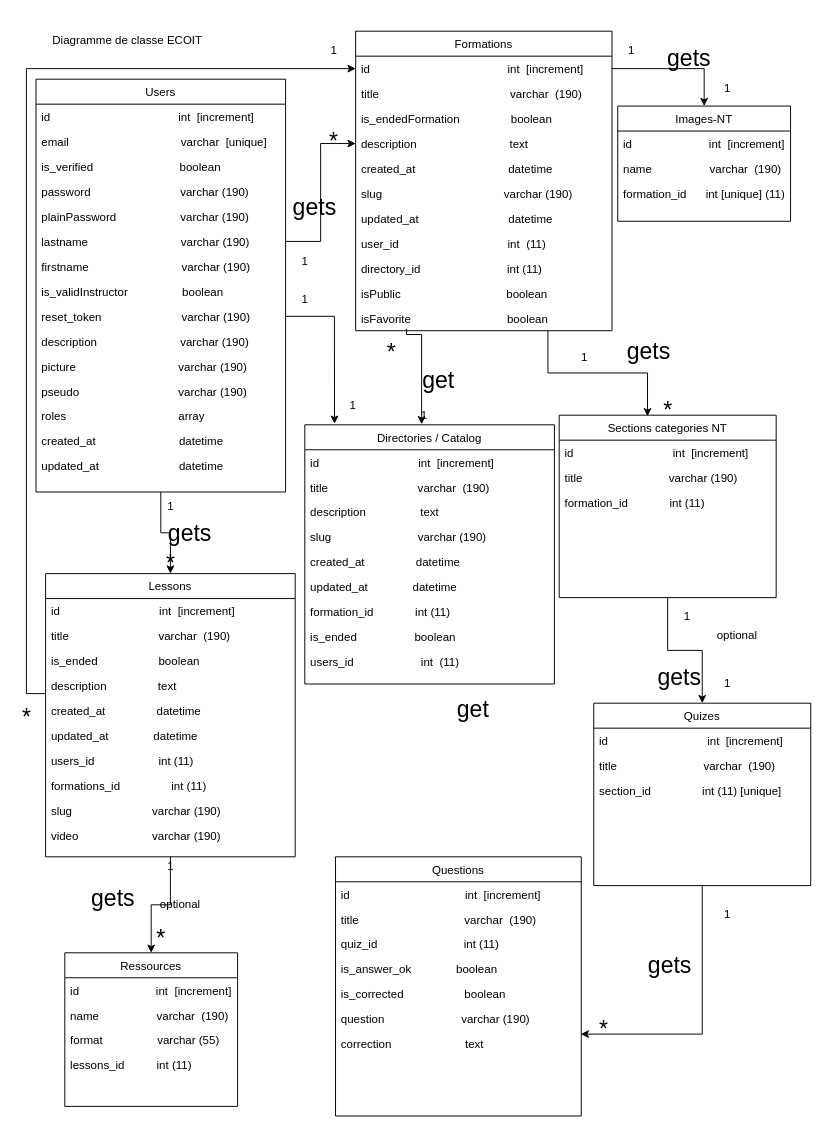
cyrisa02/diagrammes-UML keeps this draw.io diagram as ECO IT/diag_de_classe_ecoit.drawio. Above is the earlier version. Source tidied: cells renumbered, new cells numbered last; positions are measured from the earlier drawing's top-left corner, leaving out a move shared by most shapes. Both pictures are drawn from the tidied source at 96%, with x=0, y=0 at pixel (16, 16).
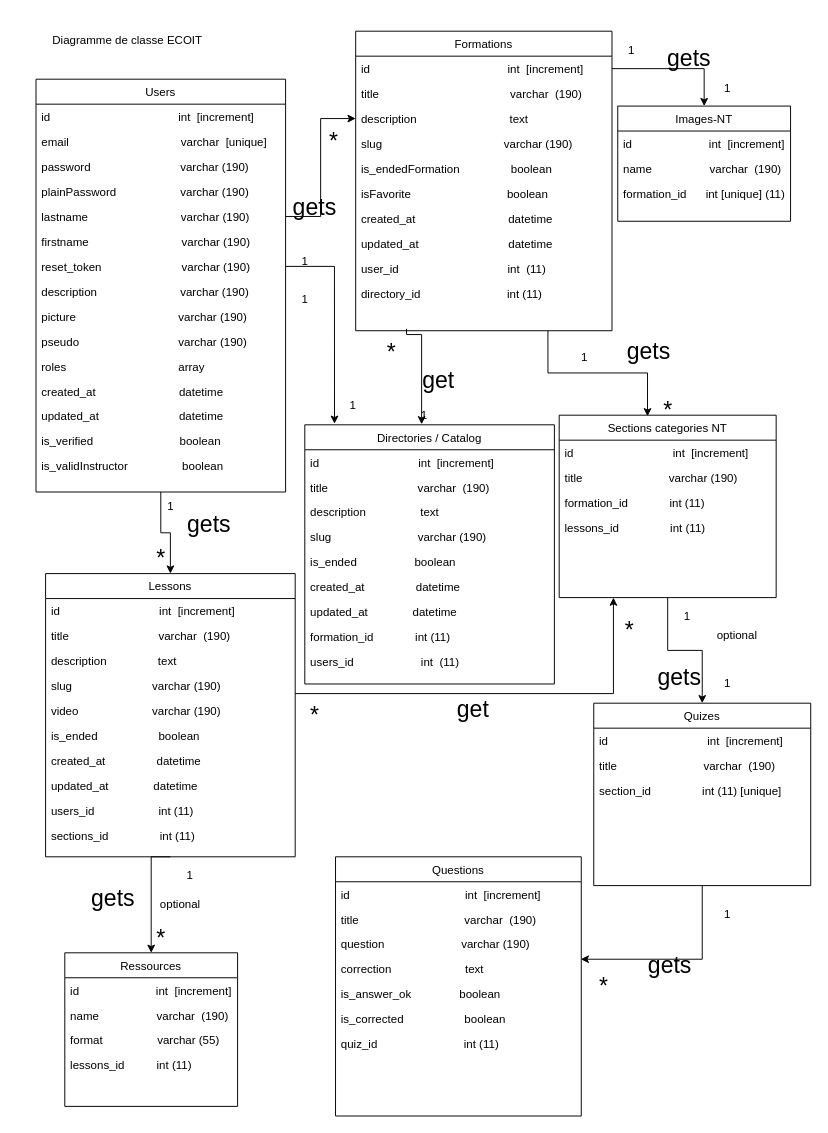
Above is the later version.

The change refers to these unchanged cells:
```xml
<mxCell id="3" value="Users" style="swimlane;fontStyle=0;align=center;verticalAlign=top;horizontal=1;startSize=26;rounded=0;shadow=0;strokeWidth=1;" parent="1" vertex="1">
  <mxGeometry x="20" y="65" width="260" height="430" as="geometry" />
</mxCell>
<mxCell id="21" value="Formations" style="swimlane;fontStyle=0;align=center;verticalAlign=top;horizontal=1;startSize=26;rounded=0;shadow=0;strokeWidth=1;" parent="1" vertex="1">
  <mxGeometry x="353" y="15" width="267" height="312" as="geometry" />
</mxCell>
<mxCell id="22" value="id                                           int  [increment]" style="text;align=left;verticalAlign=top;spacingLeft=4;spacingRight=4;overflow=hidden;points=[[0,0.5],[1,0.5]];portConstraint=eastwest;" parent="21" vertex="1">
  <mxGeometry y="26" width="267" height="26" as="geometry" />
</mxCell>
<mxCell id="34" value="Sections categories NT" style="swimlane;fontStyle=0;align=center;verticalAlign=top;horizontal=1;startSize=26;rounded=0;shadow=0;strokeWidth=1;" parent="1" vertex="1">
  <mxGeometry x="565" y="415" width="226" height="190" as="geometry" />
</mxCell>
<mxCell id="39" value="Lessons" style="swimlane;fontStyle=0;align=center;verticalAlign=top;horizontal=1;startSize=26;rounded=0;shadow=0;strokeWidth=1;" parent="1" vertex="1">
  <mxGeometry x="30" y="580" width="260" height="295" as="geometry" />
</mxCell>
<mxCell id="50" value="Questions" style="swimlane;fontStyle=0;align=center;verticalAlign=top;horizontal=1;startSize=26;rounded=0;shadow=0;strokeWidth=1;" parent="1" vertex="1">
  <mxGeometry x="332" y="875" width="256" height="270" as="geometry" />
</mxCell>
<mxCell id="60" value="Ressources" style="swimlane;fontStyle=0;align=center;verticalAlign=top;horizontal=1;startSize=26;rounded=0;shadow=0;strokeWidth=1;" parent="1" vertex="1">
  <mxGeometry x="50" y="975" width="180" height="160" as="geometry" />
</mxCell>
<mxCell id="77" value="Directories / Catalog" style="swimlane;fontStyle=0;align=center;verticalAlign=top;horizontal=1;startSize=26;rounded=0;shadow=0;strokeWidth=1;" parent="1" vertex="1">
  <mxGeometry x="300" y="425" width="260" height="270" as="geometry" />
</mxCell>
```

What changed in the source:
```diff
@@
-    <mxCell id="6" value="is_verified                           boolean" style="text;align=left;verticalAlign=top;spacingLeft=4;spacingRight=4;overflow=hidden;" parent="3" vertex="1">
-      <mxGeometry y="78" width="260" height="26" as="geometry" />
-    </mxCell>
     <mxCell id="7" value="password                            varchar (190)" style="text;align=left;verticalAlign=top;spacingLeft=4;spacingRight=4;overflow=hidden;" parent="3" vertex="1">
-      <mxGeometry y="104" width="260" height="26" as="geometry" />
+      <mxGeometry y="78" width="260" height="26" as="geometry" />
     </mxCell>
     <mxCell id="8" value="plainPassword                    varchar (190)" style="text;align=left;verticalAlign=top;spacingLeft=4;spacingRight=4;overflow=hidden;" parent="3" vertex="1">
-      <mxGeometry y="130" width="260" height="26" as="geometry" />
+      <mxGeometry y="104" width="260" height="26" as="geometry" />
     </mxCell>
     <mxCell id="9" value="lastname                             varchar (190)" style="text;align=left;verticalAlign=top;spacingLeft=4;spacingRight=4;overflow=hidden;points=[[0,0.5],[1,0.5]];portConstraint=eastwest;" parent="3" vertex="1">
-      <mxGeometry y="156" width="260" height="26" as="geometry" />
+      <mxGeometry y="130" width="260" height="26" as="geometry" />
     </mxCell>
     <mxCell id="10" value="firstname                             varchar (190)" style="text;align=left;verticalAlign=top;spacingLeft=4;spacingRight=4;overflow=hidden;" parent="3" vertex="1">
-      <mxGeometry y="182" width="260" height="26" as="geometry" />
+      <mxGeometry y="156" width="260" height="26" as="geometry" />
     </mxCell>
-    <mxCell id="11" value="is_validInstructor                 boolean" style="text;align=left;verticalAlign=top;spacingLeft=4;spacingRight=4;overflow=hidden;" parent="3" vertex="1">
-      <mxGeometry y="208" width="260" height="26" as="geometry" />
-    </mxCell>
     <mxCell id="12" value="reset_token                         varchar (190)" style="text;align=left;verticalAlign=top;spacingLeft=4;spacingRight=4;overflow=hidden;points=[[0,0.5],[1,0.5]];portConstraint=eastwest;" parent="3" vertex="1">
-      <mxGeometry y="234" width="260" height="26" as="geometry" />
+      <mxGeometry y="182" width="260" height="26" as="geometry" />
     </mxCell>
     <mxCell id="13" value="description                          varchar (190)" style="text;align=left;verticalAlign=top;spacingLeft=4;spacingRight=4;overflow=hidden;" parent="3" vertex="1">
-      <mxGeometry y="260" width="260" height="26" as="geometry" />
+      <mxGeometry y="208" width="260" height="26" as="geometry" />
     </mxCell>
     <mxCell id="14" value="picture                                varchar (190)" style="text;align=left;verticalAlign=top;spacingLeft=4;spacingRight=4;overflow=hidden;" parent="3" vertex="1">
-      <mxGeometry y="286" width="260" height="26" as="geometry" />
+      <mxGeometry y="234" width="260" height="26" as="geometry" />
     </mxCell>
     <mxCell id="15" value="pseudo                               varchar (190)" style="text;align=left;verticalAlign=top;spacingLeft=4;spacingRight=4;overflow=hidden;" parent="3" vertex="1">
-      <mxGeometry y="312" width="260" height="26" as="geometry" />
+      <mxGeometry y="260" width="260" height="26" as="geometry" />
     </mxCell>
     <mxCell id="16" value="roles                                   array" style="text;align=left;verticalAlign=top;spacingLeft=4;spacingRight=4;overflow=hidden;" parent="3" vertex="1">
-      <mxGeometry y="338" width="260" height="26" as="geometry" />
+      <mxGeometry y="286" width="260" height="26" as="geometry" />
     </mxCell>
     <mxCell id="17" value="created_at                          datetime" style="text;align=left;verticalAlign=top;spacingLeft=4;spacingRight=4;overflow=hidden;" parent="3" vertex="1">
-      <mxGeometry y="364" width="260" height="26" as="geometry" />
+      <mxGeometry y="312" width="260" height="26" as="geometry" />
     </mxCell>
     <mxCell id="18" value="updated_at                         datetime" style="text;align=left;verticalAlign=top;spacingLeft=4;spacingRight=4;overflow=hidden;" parent="3" vertex="1">
-      <mxGeometry y="390" width="260" height="26" as="geometry" />
+      <mxGeometry y="338" width="260" height="26" as="geometry" />
     </mxCell>
+    <mxCell id="6" value="is_verified                           boolean" style="text;align=left;verticalAlign=top;spacingLeft=4;spacingRight=4;overflow=hidden;" parent="3" vertex="1">
+      <mxGeometry y="364" width="260" height="26" as="geometry" />
+    </mxCell>
+    <mxCell id="11" value="is_validInstructor                 boolean" style="text;align=left;verticalAlign=top;spacingLeft=4;spacingRight=4;overflow=hidden;" parent="3" vertex="1">
+      <mxGeometry y="390" width="260" height="26" as="geometry" />
+    </mxCell>
@@
+    <mxCell id="25" value="description                             text" style="text;align=left;verticalAlign=top;spacingLeft=4;spacingRight=4;overflow=hidden;points=[[0,0.5],[1,0.5]];portConstraint=eastwest;" parent="21" vertex="1">
+      <mxGeometry y="78" width="267" height="26" as="geometry" />
+    </mxCell>
+    <mxCell id="27" value="slug                                      varchar (190)" style="text;align=left;verticalAlign=top;spacingLeft=4;spacingRight=4;overflow=hidden;" parent="21" vertex="1">
+      <mxGeometry y="104" width="267" height="26" as="geometry" />
+    </mxCell>
     <mxCell id="24" value="is_endedFormation                boolean" style="text;align=left;verticalAlign=top;spacingLeft=4;spacingRight=4;overflow=hidden;" parent="21" vertex="1">
-      <mxGeometry y="78" width="267" height="26" as="geometry" />
+      <mxGeometry y="130" width="267" height="26" as="geometry" />
     </mxCell>
-    <mxCell id="25" value="description                             text" style="text;align=left;verticalAlign=top;spacingLeft=4;spacingRight=4;overflow=hidden;points=[[0,0.5],[1,0.5]];portConstraint=eastwest;" parent="21" vertex="1">
-      <mxGeometry y="104" width="267" height="26" as="geometry" />
-    </mxCell>
+    <mxCell id="32" value="isFavorite                              boolean" style="text;align=left;verticalAlign=top;spacingLeft=4;spacingRight=4;overflow=hidden;" parent="21" vertex="1">
+      <mxGeometry y="156" width="267" height="26" as="geometry" />
+    </mxCell>
     <mxCell id="26" value="created_at                             datetime" style="text;align=left;verticalAlign=top;spacingLeft=4;spacingRight=4;overflow=hidden;" parent="21" vertex="1">
-      <mxGeometry y="130" width="267" height="26" as="geometry" />
+      <mxGeometry y="182" width="267" height="26" as="geometry" />
     </mxCell>
-    <mxCell id="27" value="slug                                      varchar (190)" style="text;align=left;verticalAlign=top;spacingLeft=4;spacingRight=4;overflow=hidden;" parent="21" vertex="1">
-      <mxGeometry y="156" width="267" height="26" as="geometry" />
-    </mxCell>
     <mxCell id="28" value="updated_at                            datetime" style="text;align=left;verticalAlign=top;spacingLeft=4;spacingRight=4;overflow=hidden;" parent="21" vertex="1">
-      <mxGeometry y="182" width="267" height="26" as="geometry" />
+      <mxGeometry y="208" width="267" height="26" as="geometry" />
     </mxCell>
     <mxCell id="29" value="user_id                                  int  (11)" style="text;align=left;verticalAlign=top;spacingLeft=4;spacingRight=4;overflow=hidden;" parent="21" vertex="1">
-      <mxGeometry y="208" width="267" height="26" as="geometry" />
+      <mxGeometry y="234" width="267" height="26" as="geometry" />
     </mxCell>
     <mxCell id="30" value="directory_id                           int (11)" style="text;align=left;verticalAlign=top;spacingLeft=4;spacingRight=4;overflow=hidden;" parent="21" vertex="1">
-      <mxGeometry y="234" width="267" height="26" as="geometry" />
+      <mxGeometry y="260" width="267" height="26" as="geometry" />
     </mxCell>
-    <mxCell id="31" value="isPublic                                 boolean" style="text;align=left;verticalAlign=top;spacingLeft=4;spacingRight=4;overflow=hidden;" parent="21" vertex="1">
-      <mxGeometry y="260" width="267" height="26" as="geometry" />
-    </mxCell>
-    <mxCell id="32" value="isFavorite                              boolean" style="text;align=left;verticalAlign=top;spacingLeft=4;spacingRight=4;overflow=hidden;" parent="21" vertex="1">
-      <mxGeometry y="286" width="267" height="26" as="geometry" />
-    </mxCell>
@@
+    <mxCell id="118" value="lessons_id                int (11)" style="text;align=left;verticalAlign=top;spacingLeft=4;spacingRight=4;overflow=hidden;" parent="34" vertex="1">
+      <mxGeometry y="104" width="226" height="26" as="geometry" />
+    </mxCell>
     <mxCell id="38" style="edgeStyle=orthogonalEdgeStyle;rounded=0;jettySize=auto;html=1;exitX=0.5;exitY=1;exitDx=0;exitDy=0;entryX=0.5;entryY=0;entryDx=0;entryDy=0;" parent="1" edge="1" source="39" target="60">
-      <mxGeometry relative="1" as="geometry" />
+      <mxGeometry relative="1" as="geometry">
+        <Array as="points">
+          <mxPoint x="140" y="875" />
+        </Array>
+      </mxGeometry>
     </mxCell>
@@
+    <mxCell id="43" value="description                text" style="text;align=left;verticalAlign=top;spacingLeft=4;spacingRight=4;overflow=hidden;points=[[0,0.5],[1,0.5]];portConstraint=eastwest;" parent="39" vertex="1">
+      <mxGeometry y="78" width="260" height="26" as="geometry" />
+    </mxCell>
+    <mxCell id="48" value="slug                         varchar (190)" style="text;align=left;verticalAlign=top;spacingLeft=4;spacingRight=4;overflow=hidden;" parent="39" vertex="1">
+      <mxGeometry y="104" width="260" height="26" as="geometry" />
+    </mxCell>
+    <mxCell id="49" value="video                       varchar (190)" style="text;align=left;verticalAlign=top;spacingLeft=4;spacingRight=4;overflow=hidden;" parent="39" vertex="1">
+      <mxGeometry y="130" width="260" height="26" as="geometry" />
+    </mxCell>
     <mxCell id="42" value="is_ended                   boolean" style="text;align=left;verticalAlign=top;spacingLeft=4;spacingRight=4;overflow=hidden;" parent="39" vertex="1">
-      <mxGeometry y="78" width="260" height="26" as="geometry" />
+      <mxGeometry y="156" width="260" height="26" as="geometry" />
     </mxCell>
-    <mxCell id="43" value="description                text" style="text;align=left;verticalAlign=top;spacingLeft=4;spacingRight=4;overflow=hidden;points=[[0,0.5],[1,0.5]];portConstraint=eastwest;" parent="39" vertex="1">
-      <mxGeometry y="104" width="260" height="26" as="geometry" />
-    </mxCell>
     <mxCell id="44" value="created_at                datetime" style="text;align=left;verticalAlign=top;spacingLeft=4;spacingRight=4;overflow=hidden;" parent="39" vertex="1">
-      <mxGeometry y="130" width="260" height="26" as="geometry" />
+      <mxGeometry y="182" width="260" height="26" as="geometry" />
     </mxCell>
     <mxCell id="45" value="updated_at              datetime" style="text;align=left;verticalAlign=top;spacingLeft=4;spacingRight=4;overflow=hidden;" parent="39" vertex="1">
-      <mxGeometry y="156" width="260" height="26" as="geometry" />
+      <mxGeometry y="208" width="260" height="26" as="geometry" />
     </mxCell>
     <mxCell id="46" value="users_id                    int (11)" style="text;align=left;verticalAlign=top;spacingLeft=4;spacingRight=4;overflow=hidden;" parent="39" vertex="1">
-      <mxGeometry y="182" width="260" height="26" as="geometry" />
+      <mxGeometry y="234" width="260" height="26" as="geometry" />
     </mxCell>
-    <mxCell id="47" value="formations_id                int (11)" style="text;align=left;verticalAlign=top;spacingLeft=4;spacingRight=4;overflow=hidden;" parent="39" vertex="1">
-      <mxGeometry y="208" width="260" height="26" as="geometry" />
+    <mxCell id="47" value="sections_id                int (11)" style="text;align=left;verticalAlign=top;spacingLeft=4;spacingRight=4;overflow=hidden;" parent="39" vertex="1">
+      <mxGeometry y="260" width="260" height="26" as="geometry" />
     </mxCell>
-    <mxCell id="48" value="slug                         varchar (190)" style="text;align=left;verticalAlign=top;spacingLeft=4;spacingRight=4;overflow=hidden;" parent="39" vertex="1">
-      <mxGeometry y="234" width="260" height="26" as="geometry" />
-    </mxCell>
-    <mxCell id="49" value="video                       varchar (190)" style="text;align=left;verticalAlign=top;spacingLeft=4;spacingRight=4;overflow=hidden;" parent="39" vertex="1">
-      <mxGeometry y="260" width="260" height="26" as="geometry" />
-    </mxCell>
@@
-    <mxCell id="53" value="quiz_id                           int (11)" style="text;align=left;verticalAlign=top;spacingLeft=4;spacingRight=4;overflow=hidden;" parent="50" vertex="1">
-      <mxGeometry y="78" width="256" height="26" as="geometry" />
-    </mxCell>
+    <mxCell id="56" value="question                        varchar (190)" style="text;align=left;verticalAlign=top;spacingLeft=4;spacingRight=4;overflow=hidden;" parent="50" vertex="1">
+      <mxGeometry y="78" width="256" height="26" as="geometry" />
+    </mxCell>
+    <mxCell id="57" value="correction                       text  " style="text;align=left;verticalAlign=top;spacingLeft=4;spacingRight=4;overflow=hidden;points=[[0,0.5],[1,0.5]];portConstraint=eastwest;" parent="50" vertex="1">
+      <mxGeometry y="104" width="256" height="26" as="geometry" />
+    </mxCell>
-    <mxCell id="54" value="is_answer_ok              boolean" style="text;align=left;verticalAlign=top;spacingLeft=4;spacingRight=4;overflow=hidden;" parent="50" vertex="1">
-      <mxGeometry y="104" width="256" height="26" as="geometry" />
+    <mxCell id="54" value="is_answer_ok               boolean" style="text;align=left;verticalAlign=top;spacingLeft=4;spacingRight=4;overflow=hidden;" parent="50" vertex="1">
+      <mxGeometry y="130" width="256" height="26" as="geometry" />
     </mxCell>
     <mxCell id="55" value="is_corrected                   boolean" style="text;align=left;verticalAlign=top;spacingLeft=4;spacingRight=4;overflow=hidden;" parent="50" vertex="1">
-      <mxGeometry y="130" width="256" height="26" as="geometry" />
+      <mxGeometry y="156" width="256" height="26" as="geometry" />
     </mxCell>
-    <mxCell id="56" value="question                        varchar (190)" style="text;align=left;verticalAlign=top;spacingLeft=4;spacingRight=4;overflow=hidden;" parent="50" vertex="1">
-      <mxGeometry y="156" width="256" height="26" as="geometry" />
-    </mxCell>
-    <mxCell id="57" value="correction                       text  " style="text;align=left;verticalAlign=top;spacingLeft=4;spacingRight=4;overflow=hidden;points=[[0,0.5],[1,0.5]];portConstraint=eastwest;" parent="50" vertex="1">
-      <mxGeometry y="182" width="256" height="26" as="geometry" />
-    </mxCell>
+    <mxCell id="53" value="quiz_id                           int (11)" style="text;align=left;verticalAlign=top;spacingLeft=4;spacingRight=4;overflow=hidden;" parent="50" vertex="1">
+      <mxGeometry y="182" width="256" height="26" as="geometry" />
+    </mxCell>
@@
-    <mxCell id="59" style="edgeStyle=orthogonalEdgeStyle;rounded=0;jettySize=auto;html=1;entryX=0;entryY=0.5;entryDx=0;entryDy=0;" parent="1" edge="1" source="43" target="22">
+    <mxCell id="59" style="edgeStyle=orthogonalEdgeStyle;rounded=0;jettySize=auto;html=1;entryX=0.25;entryY=1;entryDx=0;entryDy=0;" parent="1" edge="1" target="34">
       <mxGeometry relative="1" as="geometry">
+        <mxPoint x="290" y="705" as="sourcePoint" />
         <Array as="points">
-          <mxPoint x="10" y="705" />
-          <mxPoint x="10" y="54" />
+          <mxPoint x="622" y="705" />
         </Array>
       </mxGeometry>
     </mxCell>
@@
+    <mxCell id="85" value="is_ended                  boolean" style="text;align=left;verticalAlign=top;spacingLeft=4;spacingRight=4;overflow=hidden;" parent="77" vertex="1">
+      <mxGeometry y="130" width="260" height="26" as="geometry" />
+    </mxCell>
     <mxCell id="82" value="created_at                datetime" style="text;align=left;verticalAlign=top;spacingLeft=4;spacingRight=4;overflow=hidden;" parent="77" vertex="1">
-      <mxGeometry y="130" width="260" height="26" as="geometry" />
+      <mxGeometry y="156" width="260" height="26" as="geometry" />
     </mxCell>
     <mxCell id="83" value="updated_at              datetime" style="text;align=left;verticalAlign=top;spacingLeft=4;spacingRight=4;overflow=hidden;" parent="77" vertex="1">
-      <mxGeometry y="156" width="260" height="26" as="geometry" />
+      <mxGeometry y="182" width="260" height="26" as="geometry" />
     </mxCell>
     <mxCell id="84" value="formation_id             int (11)" style="text;align=left;verticalAlign=top;spacingLeft=4;spacingRight=4;overflow=hidden;" parent="77" vertex="1">
-      <mxGeometry y="182" width="260" height="26" as="geometry" />
+      <mxGeometry y="208" width="260" height="26" as="geometry" />
     </mxCell>
-    <mxCell id="85" value="is_ended                  boolean" style="text;align=left;verticalAlign=top;spacingLeft=4;spacingRight=4;overflow=hidden;" parent="77" vertex="1">
-      <mxGeometry y="208" width="260" height="26" as="geometry" />
-    </mxCell>
@@
-    <mxCell id="97" value="1" style="text;html=1;align=center;verticalAlign=middle;fillColor=none;strokeColor=none;rounded=0;" parent="1" vertex="1">
-      <mxGeometry x="320" y="25" width="20" height="20" as="geometry" />
-    </mxCell>
     <mxCell id="98" value="*" style="text;html=1;align=center;verticalAlign=middle;fillColor=none;strokeColor=none;rounded=0;fontSize=24;" parent="1" vertex="1">
-      <mxGeometry y="715" width="20" height="30" as="geometry" />
+      <mxGeometry x="300" y="712.5" width="20" height="30" as="geometry" />
     </mxCell>
@@
     <mxCell id="100" value="*" style="text;html=1;align=center;verticalAlign=middle;fillColor=none;strokeColor=none;rounded=0;fontSize=24;" parent="1" vertex="1">
-      <mxGeometry x="150" y="555" width="20" height="30" as="geometry" />
+      <mxGeometry x="140" y="550" width="20" height="30" as="geometry" />
     </mxCell>
@@
     <mxCell id="102" value="*" style="text;html=1;align=center;verticalAlign=middle;fillColor=none;strokeColor=none;rounded=0;fontSize=24;" parent="1" vertex="1">
-      <mxGeometry x="601" y="1040" width="20" height="30" as="geometry" />
+      <mxGeometry x="601" y="995" width="20" height="30" as="geometry" />
     </mxCell>
     <mxCell id="103" value="1" style="text;html=1;align=center;verticalAlign=middle;fillColor=none;strokeColor=none;rounded=0;" parent="1" vertex="1">
-      <mxGeometry x="150" y="875" width="20" height="20" as="geometry" />
+      <mxGeometry x="170" y="885" width="20" height="20" as="geometry" />
     </mxCell>
@@
     <mxCell id="111" value="&lt;font style=&quot;font-size: 24px;&quot;&gt;get&lt;/font&gt;&lt;font style=&quot;font-size: 24px;&quot;&gt;s&lt;/font&gt;" style="text;html=1;align=center;verticalAlign=middle;fillColor=none;strokeColor=none;rounded=0;fontSize=48;" parent="1" vertex="1">
-      <mxGeometry x="150" y="495" width="60" height="70" as="geometry" />
+      <mxGeometry x="170" y="485" width="60" height="70" as="geometry" />
     </mxCell>
@@
+    <mxCell id="119" value="*" style="text;html=1;align=center;verticalAlign=middle;fillColor=none;strokeColor=none;rounded=0;fontSize=24;" parent="1" vertex="1">
+      <mxGeometry x="628" y="625" width="20" height="30" as="geometry" />
+    </mxCell>
```
